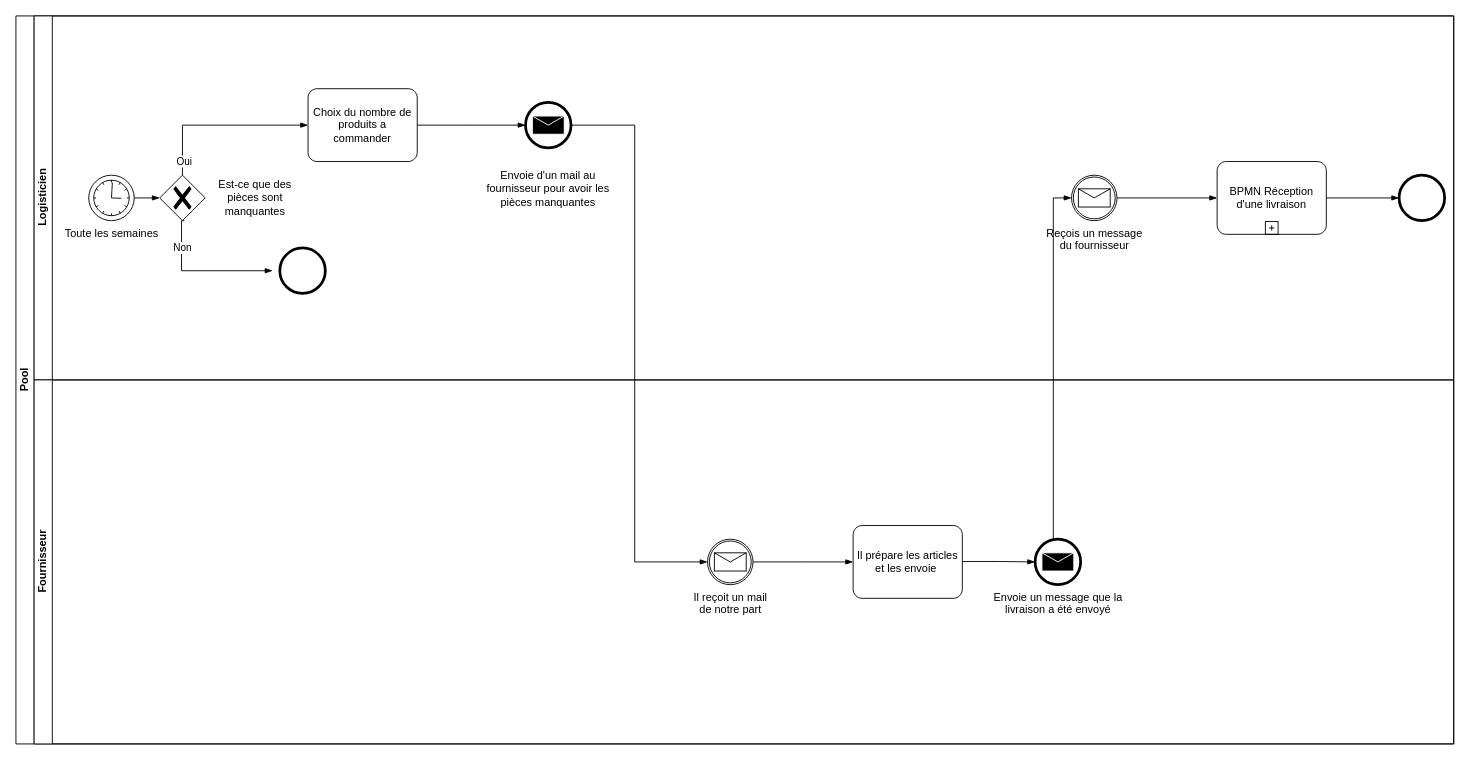
Earlier version of the draw.io diagram Reassort.drawio (quemet/Draw.io). Source tidied: cells renumbered, new cells numbered last; positions are measured from the earlier drawing's top-left corner, leaving out a move shared by most shapes. Both pictures are drawn from the tidied source at 91%, with x=0, y=0 at pixel (15, 15).
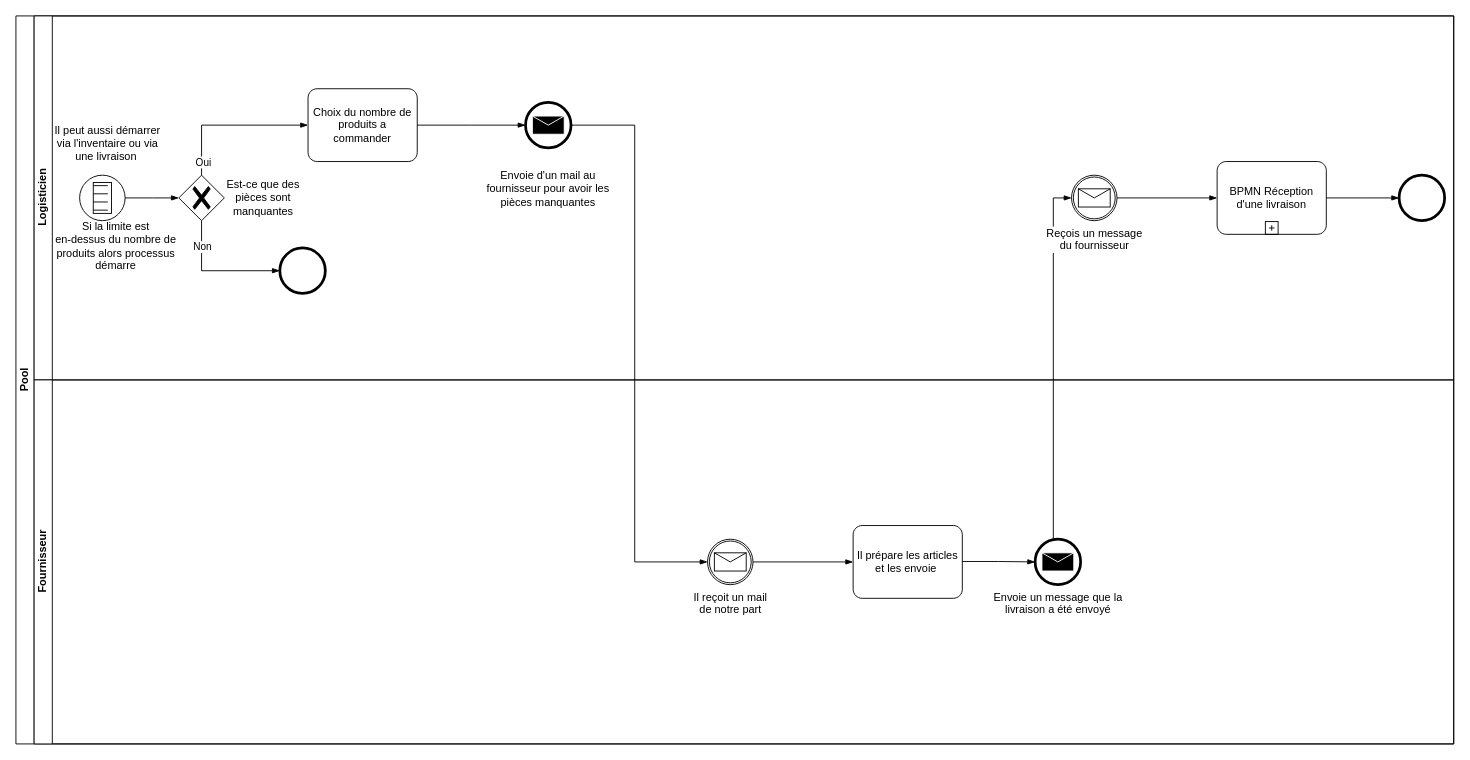
Above is the later version.

Commit message:
Mettre à jour Reassort.drawio

Unchanged cells that the change refers to:
```xml
<mxCell id="2" value="Pool" style="swimlane;html=1;horizontal=0;startSize=20;whiteSpace=wrap;" parent="1" vertex="1">
  <mxGeometry width="1580" height="800" as="geometry" />
</mxCell>
<mxCell id="3" value="Logisticien" style="swimlane;html=1;startSize=20;horizontal=0;" parent="2" vertex="1">
  <mxGeometry x="20" width="1560" height="400" as="geometry" />
</mxCell>
<mxCell id="12" style="points=[[0.145,0.145,0],[0.5,0,0],[0.855,0.145,0],[1,0.5,0],[0.855,0.855,0],[0.5,1,0],[0.145,0.855,0],[0,0.5,0]];shape=mxgraph.bpmn.event;html=1;verticalLabelPosition=bottom;labelBackgroundColor=#ffffff;verticalAlign=top;align=center;perimeter=ellipsePerimeter;outlineConnect=0;outline=end;symbol=terminate2;" parent="3" vertex="1">
  <mxGeometry x="270" y="255" width="50" height="50" as="geometry" />
</mxCell>
<mxCell id="15" style="points=[[0.145,0.145,0],[0.5,0,0],[0.855,0.145,0],[1,0.5,0],[0.855,0.855,0],[0.5,1,0],[0.145,0.855,0],[0,0.5,0]];shape=mxgraph.bpmn.event;html=1;verticalLabelPosition=bottom;labelBackgroundColor=#ffffff;verticalAlign=top;align=center;perimeter=ellipsePerimeter;outlineConnect=0;outline=end;symbol=message;" parent="3" vertex="1">
  <mxGeometry x="540" y="95" width="50" height="50" as="geometry" />
</mxCell>
<mxCell id="17" value="Reçois un message &lt;br&gt;du fournisseur" style="points=[[0.145,0.145,0],[0.5,0,0],[0.855,0.145,0],[1,0.5,0],[0.855,0.855,0],[0.5,1,0],[0.145,0.855,0],[0,0.5,0]];shape=mxgraph.bpmn.event;html=1;verticalLabelPosition=bottom;labelBackgroundColor=#ffffff;verticalAlign=top;align=center;perimeter=ellipsePerimeter;outlineConnect=0;outline=catching;symbol=message;" parent="3" vertex="1">
  <mxGeometry x="1140" y="175" width="50" height="50" as="geometry" />
</mxCell>
<mxCell id="23" value="Il reçoit un mail &lt;br&gt;de notre part" style="points=[[0.145,0.145,0],[0.5,0,0],[0.855,0.145,0],[1,0.5,0],[0.855,0.855,0],[0.5,1,0],[0.145,0.855,0],[0,0.5,0]];shape=mxgraph.bpmn.event;html=1;verticalLabelPosition=bottom;labelBackgroundColor=#ffffff;verticalAlign=top;align=center;perimeter=ellipsePerimeter;outlineConnect=0;outline=catching;symbol=message;" parent="22" vertex="1">
  <mxGeometry x="740" y="175" width="50" height="50" as="geometry" />
</mxCell>
<mxCell id="26" value="Envoie un message que la &lt;br&gt;livraison a été envoyé" style="points=[[0.145,0.145,0],[0.5,0,0],[0.855,0.145,0],[1,0.5,0],[0.855,0.855,0],[0.5,1,0],[0.145,0.855,0],[0,0.5,0]];shape=mxgraph.bpmn.event;html=1;verticalLabelPosition=bottom;labelBackgroundColor=#ffffff;verticalAlign=top;align=center;perimeter=ellipsePerimeter;outlineConnect=0;outline=end;symbol=message;" parent="22" vertex="1">
  <mxGeometry x="1100" y="175" width="50" height="50" as="geometry" />
</mxCell>
```

The edit, as a diff of the source:
```diff
@@
+    <mxCell id="28" style="edgeStyle=elbowEdgeStyle;fontSize=12;html=1;endArrow=blockThin;endFill=1;rounded=0;exitX=1;exitY=0.5;exitDx=0;exitDy=0;exitPerimeter=0;entryX=0;entryY=0.5;entryDx=0;entryDy=0;entryPerimeter=0;" parent="2" edge="1" source="15" target="23">
+      <mxGeometry relative="1" as="geometry">
+        <Array as="points">
+          <mxPoint x="680" y="220" />
+        </Array>
+      </mxGeometry>
+    </mxCell>
+    <mxCell id="29" style="edgeStyle=elbowEdgeStyle;fontSize=12;html=1;endArrow=blockThin;endFill=1;rounded=0;exitX=0.5;exitY=0;exitDx=0;exitDy=0;exitPerimeter=0;entryX=0;entryY=0.5;entryDx=0;entryDy=0;entryPerimeter=0;" parent="2" edge="1" source="26" target="17">
+      <mxGeometry relative="1" as="geometry">
+        <Array as="points">
+          <mxPoint x="1140" y="370" />
+        </Array>
+      </mxGeometry>
+    </mxCell>
@@
-    <mxCell id="4" value="Toute les semaines" style="points=[[0.145,0.145,0],[0.5,0,0],[0.855,0.145,0],[1,0.5,0],[0.855,0.855,0],[0.5,1,0],[0.145,0.855,0],[0,0.5,0]];shape=mxgraph.bpmn.event;html=1;verticalLabelPosition=bottom;labelBackgroundColor=#ffffff;verticalAlign=top;align=center;perimeter=ellipsePerimeter;outlineConnect=0;outline=standard;symbol=timer;" parent="3" vertex="1">
-      <mxGeometry x="60" y="175" width="50" height="50" as="geometry" />
-    </mxCell>
-    <mxCell id="5" style="edgeStyle=elbowEdgeStyle;fontSize=12;html=1;endArrow=blockThin;endFill=1;rounded=0;exitX=1;exitY=0.5;exitDx=0;exitDy=0;exitPerimeter=0;entryX=0;entryY=0.5;entryDx=0;entryDy=0;entryPerimeter=0;" parent="3" edge="1" source="4" target="6">
+    <mxCell id="5" style="edgeStyle=elbowEdgeStyle;fontSize=12;html=1;endArrow=blockThin;endFill=1;rounded=0;exitX=1;exitY=0.5;exitDx=0;exitDy=0;exitPerimeter=0;entryX=0;entryY=0.5;entryDx=0;entryDy=0;entryPerimeter=0;" parent="3" edge="1" source="30" target="6">
       <mxGeometry relative="1" as="geometry" />
     </mxCell>
     <mxCell id="6" style="points=[[0.25,0.25,0],[0.5,0,0],[0.75,0.25,0],[1,0.5,0],[0.75,0.75,0],[0.5,1,0],[0.25,0.75,0],[0,0.5,0]];shape=mxgraph.bpmn.gateway2;html=1;verticalLabelPosition=bottom;labelBackgroundColor=#ffffff;verticalAlign=top;align=center;perimeter=rhombusPerimeter;outlineConnect=0;outline=none;symbol=none;gwType=exclusive;" parent="3" vertex="1">
-      <mxGeometry x="138" y="175" width="50" height="50" as="geometry" />
+      <mxGeometry x="159" y="175" width="50" height="50" as="geometry" />
     </mxCell>
@@
     <mxCell id="9" value="Est-ce que des pièces sont manquantes" style="text;html=1;strokeColor=none;fillColor=none;align=center;verticalAlign=middle;whiteSpace=wrap;rounded=0;" parent="3" vertex="1">
-      <mxGeometry x="188" y="170" width="110" height="60" as="geometry" />
+      <mxGeometry x="197" y="170" width="110" height="60" as="geometry" />
     </mxCell>
-    <mxCell id="10" style="edgeStyle=elbowEdgeStyle;fontSize=12;html=1;endArrow=blockThin;endFill=1;rounded=0;exitX=0.5;exitY=1;exitDx=0;exitDy=0;exitPerimeter=0;" parent="3" edge="1">
+    <mxCell id="10" style="edgeStyle=elbowEdgeStyle;fontSize=12;html=1;endArrow=blockThin;endFill=1;rounded=0;exitX=0.5;exitY=1;exitDx=0;exitDy=0;exitPerimeter=0;entryX=0;entryY=0.5;entryDx=0;entryDy=0;entryPerimeter=0;" parent="3" edge="1" source="6" target="12">
       <mxGeometry relative="1" as="geometry">
-        <mxPoint x="165" y="225" as="sourcePoint" />
-        <mxPoint x="262" y="280" as="targetPoint" />
         <Array as="points">
-          <mxPoint x="162" y="270" />
+          <mxPoint x="184" y="250" />
         </Array>
       </mxGeometry>
     </mxCell>
@@
+    <mxCell id="30" style="points=[[0.145,0.145,0],[0.5,0,0],[0.855,0.145,0],[1,0.5,0],[0.855,0.855,0],[0.5,1,0],[0.145,0.855,0],[0,0.5,0]];shape=mxgraph.bpmn.event;html=1;verticalLabelPosition=bottom;labelBackgroundColor=#ffffff;verticalAlign=top;align=center;perimeter=ellipsePerimeter;outlineConnect=0;outline=standard;symbol=conditional;" parent="3" vertex="1">
+      <mxGeometry x="50" y="175" width="50" height="50" as="geometry" />
+    </mxCell>
+    <mxCell id="31" value="Si la limite est &lt;br&gt;en-dessus du nombre de produits alors processus démarre" style="text;html=1;strokeColor=none;fillColor=none;align=center;verticalAlign=middle;whiteSpace=wrap;rounded=0;" parent="3" vertex="1">
+      <mxGeometry x="15" y="228" width="150" height="50" as="geometry" />
+    </mxCell>
+    <mxCell id="32" value="Il peut aussi démarrer via l'inventaire ou via une livraison&amp;nbsp;" style="text;html=1;strokeColor=none;fillColor=none;align=center;verticalAlign=middle;whiteSpace=wrap;rounded=0;" parent="3" vertex="1">
+      <mxGeometry x="16" y="105" width="130" height="70" as="geometry" />
+    </mxCell>
@@
-    <mxCell id="28" style="edgeStyle=elbowEdgeStyle;fontSize=12;html=1;endArrow=blockThin;endFill=1;rounded=0;exitX=1;exitY=0.5;exitDx=0;exitDy=0;exitPerimeter=0;entryX=0;entryY=0.5;entryDx=0;entryDy=0;entryPerimeter=0;" parent="2" edge="1" source="15" target="23">
-      <mxGeometry relative="1" as="geometry">
-        <Array as="points">
-          <mxPoint x="680" y="220" />
-        </Array>
-      </mxGeometry>
-    </mxCell>
-    <mxCell id="29" style="edgeStyle=elbowEdgeStyle;fontSize=12;html=1;endArrow=blockThin;endFill=1;rounded=0;exitX=0.5;exitY=0;exitDx=0;exitDy=0;exitPerimeter=0;entryX=0;entryY=0.5;entryDx=0;entryDy=0;entryPerimeter=0;" parent="2" edge="1" source="26" target="17">
-      <mxGeometry relative="1" as="geometry">
-        <Array as="points">
-          <mxPoint x="1140" y="370" />
-        </Array>
-      </mxGeometry>
-    </mxCell>
```
